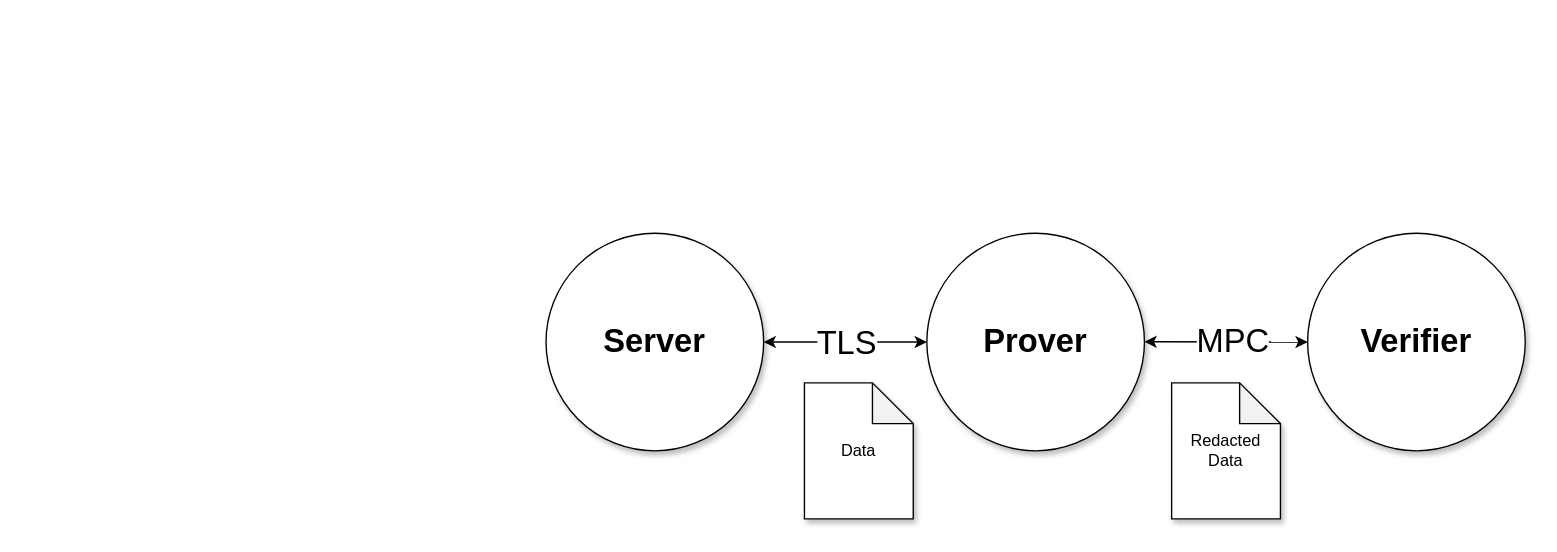
Above: page "Simple Overview" (1 of 4) of blogs/202309/diagrams.drawio in tlsnotary/docs-mdbook (draw.io), before the change. Source tidied: cells renumbered, new cells numbered last; positions are measured from the earlier drawing's top-left corner, leaving out a move shared by most shapes. Both pictures are drawn from the tidied source at 136%, with x=0, y=0 at pixel (545, 233).
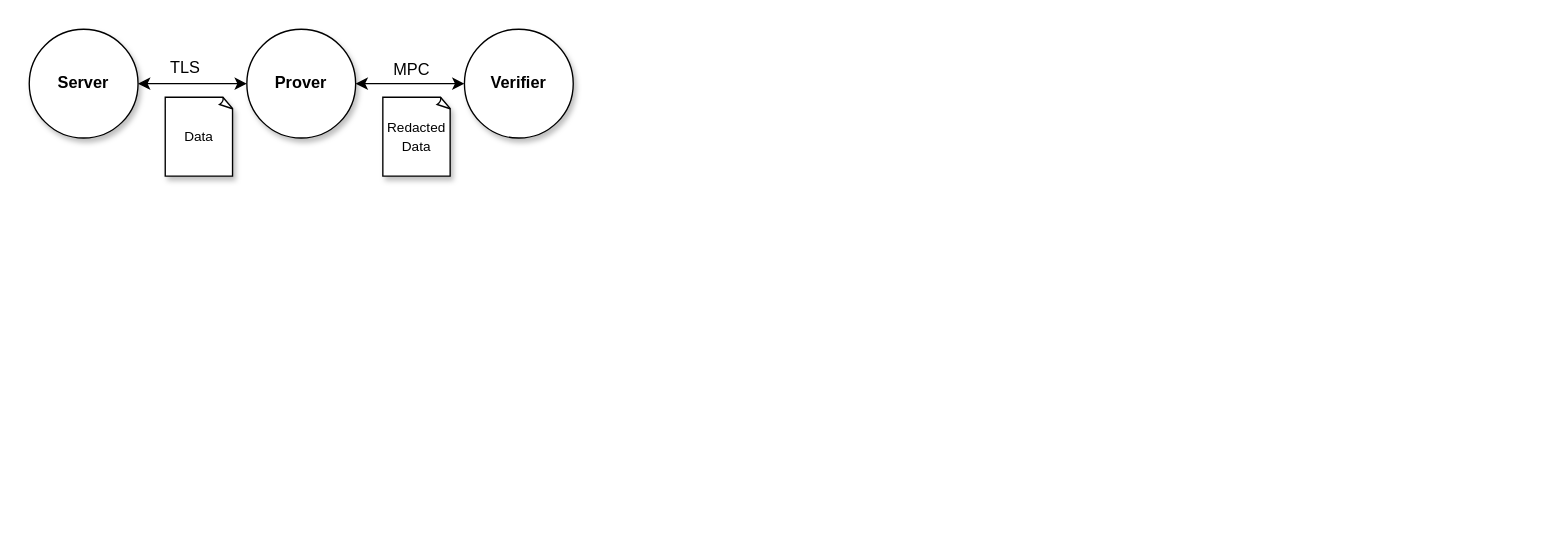
The same page after the edit.

Change to the diagram source:
```diff
@@
 <mxGraphModel>
   <root>
     <mxCell id="0" />
     <mxCell id="1" parent="0" />
+    <mxCell id="8" value="Prover" style="ellipse;whiteSpace=wrap;html=1;shadow=1;fontStyle=1;" parent="1" vertex="1">
+      <mxGeometry x="-220" y="-150" width="80" height="80" as="geometry" />
+    </mxCell>
-    <mxCell id="2" value="&lt;font style=&quot;font-size: 24px;&quot;&gt;Server&lt;/font&gt;" style="ellipse;whiteSpace=wrap;html=1;fontStyle=1;fontFamily=Helvetica;shadow=1;" parent="1" vertex="1">
-      <mxGeometry width="160" height="160" as="geometry" />
+    <mxCell id="2" value="Server" style="ellipse;whiteSpace=wrap;html=1;shadow=1;fontStyle=1;" parent="1" vertex="1">
+      <mxGeometry x="-380" y="-150" width="80" height="80" as="geometry" />
     </mxCell>
-    <mxCell id="3" style="endArrow=classic;startArrow=classic;html=1;rounded=0;fontSize=14;entryX=0;entryY=0.5;entryDx=0;entryDy=0;exitX=1;exitY=0.5;exitDx=0;exitDy=0;" parent="1" edge="1" source="2" target="8">
-      <mxGeometry relative="1" as="geometry" />
-    </mxCell>
+    <mxCell id="9" value="Verifier" style="ellipse;whiteSpace=wrap;html=1;shadow=1;fontStyle=1;" parent="1" vertex="1">
+      <mxGeometry x="-60" y="-150" width="80" height="80" as="geometry" />
+    </mxCell>
+    <mxCell id="11" style="endArrow=classic;startArrow=classic;html=1;rounded=0;entryX=0;entryY=0.5;entryDx=0;entryDy=0;" parent="1" edge="1" target="8">
+      <mxGeometry relative="1" as="geometry">
+        <mxPoint x="-300" y="-110" as="sourcePoint" />
+      </mxGeometry>
+    </mxCell>
-    <mxCell id="4" value="TLS" style="edgeLabel;html=1;align=center;verticalAlign=middle;fontSize=24;" parent="3" vertex="1">
-      <mxGeometry x="0.21" y="1" relative="1" as="geometry">
-        <mxPoint x="-13" y="1" as="offset" />
-      </mxGeometry>
+    <mxCell id="4" value="&lt;font style=&quot;font-size: 12px;&quot;&gt;TLS&lt;/font&gt;" style="whiteSpace=wrap;html=1;fillColor=none;strokeColor=none;fontSize=11;" parent="1" vertex="1">
+      <mxGeometry x="-290" y="-126" width="50" height="10" as="geometry" />
     </mxCell>
-    <mxCell id="5" style="endArrow=classic;startArrow=classic;html=1;rounded=0;entryX=0;entryY=0.5;entryDx=0;entryDy=0;" parent="1" edge="1" target="9">
-      <mxGeometry relative="1" as="geometry">
-        <mxPoint x="440" y="79.8" as="sourcePoint" />
-      </mxGeometry>
-    </mxCell>
+    <mxCell id="12" style="endArrow=classic;startArrow=classic;html=1;rounded=0;entryX=0;entryY=0.5;entryDx=0;entryDy=0;exitX=1;exitY=0.5;exitDx=0;exitDy=0;" parent="1" edge="1" source="8" target="9">
+      <mxGeometry relative="1" as="geometry" />
+    </mxCell>
-    <mxCell id="6" value="&lt;font style=&quot;font-size: 24px;&quot;&gt;MPC&lt;/font&gt;" style="edgeLabel;html=1;align=center;verticalAlign=middle;" parent="5" vertex="1">
-      <mxGeometry x="0.19" y="-1" relative="1" as="geometry">
-        <mxPoint x="-6" y="-1" as="offset" />
+    <mxCell id="6" value="&lt;font style=&quot;font-size: 12px;&quot;&gt;MPC&lt;/font&gt;" style="edgeLabel;html=1;align=center;verticalAlign=middle;" parent="12" vertex="1">
+      <mxGeometry x="0.03" y="1" relative="1" as="geometry">
+        <mxPoint x="-1" y="-10" as="offset" />
       </mxGeometry>
     </mxCell>
-    <mxCell id="7" value="Data" style="shape=note;whiteSpace=wrap;html=1;backgroundOutline=1;darkOpacity=0.05;shadow=1;" parent="1" vertex="1">
-      <mxGeometry x="190" y="110" width="80" height="100" as="geometry" />
+    <mxCell id="7" value="Data" style="whiteSpace=wrap;html=1;shape=mxgraph.basic.document;fontSize=10;shadow=1;" parent="1" vertex="1">
+      <mxGeometry x="-280" y="-100" width="50" height="58" as="geometry" />
     </mxCell>
-    <mxCell id="8" value="&lt;font style=&quot;font-size: 24px;&quot;&gt;Prover&lt;/font&gt;" style="ellipse;whiteSpace=wrap;html=1;fontStyle=1;fontFamily=Helvetica;shadow=1;" parent="1" vertex="1">
-      <mxGeometry x="280" width="160" height="160" as="geometry" />
-    </mxCell>
-    <mxCell id="9" value="&lt;font style=&quot;font-size: 24px;&quot;&gt;Verifier&lt;/font&gt;" style="ellipse;whiteSpace=wrap;html=1;fontStyle=1;fontFamily=Helvetica;shadow=1;" parent="1" vertex="1">
-      <mxGeometry x="560" width="160" height="160" as="geometry" />
-    </mxCell>
-    <mxCell id="10" value="Redacted&lt;br&gt;Data" style="shape=note;whiteSpace=wrap;html=1;backgroundOutline=1;darkOpacity=0.05;shadow=1;" parent="1" vertex="1">
-      <mxGeometry x="460" y="110" width="80" height="100" as="geometry" />
+    <mxCell id="10" value="&lt;font style=&quot;font-size: 10px;&quot;&gt;Redacted Data&lt;/font&gt;" style="whiteSpace=wrap;html=1;shape=mxgraph.basic.document;fontSize=11;shadow=1;" parent="1" vertex="1">
+      <mxGeometry x="-120" y="-100" width="50" height="58" as="geometry" />
     </mxCell>
   </root>
 </mxGraphModel>
```
